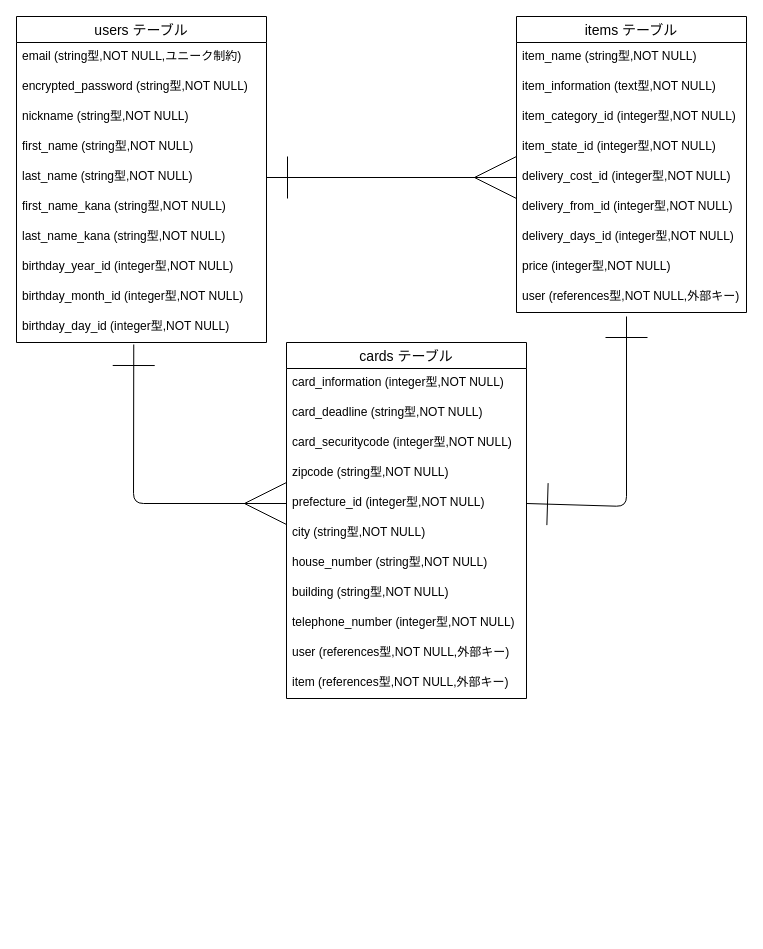
Before: furima_ER.dio in gessodog/furima-41760, a draw.io diagram. Source tidied: cells renumbered, new cells numbered last; positions are measured from the earlier drawing's top-left corner, leaving out a move shared by most shapes. Both pictures are drawn from the tidied source at 100%, with x=0, y=0 at pixel (16, 16).
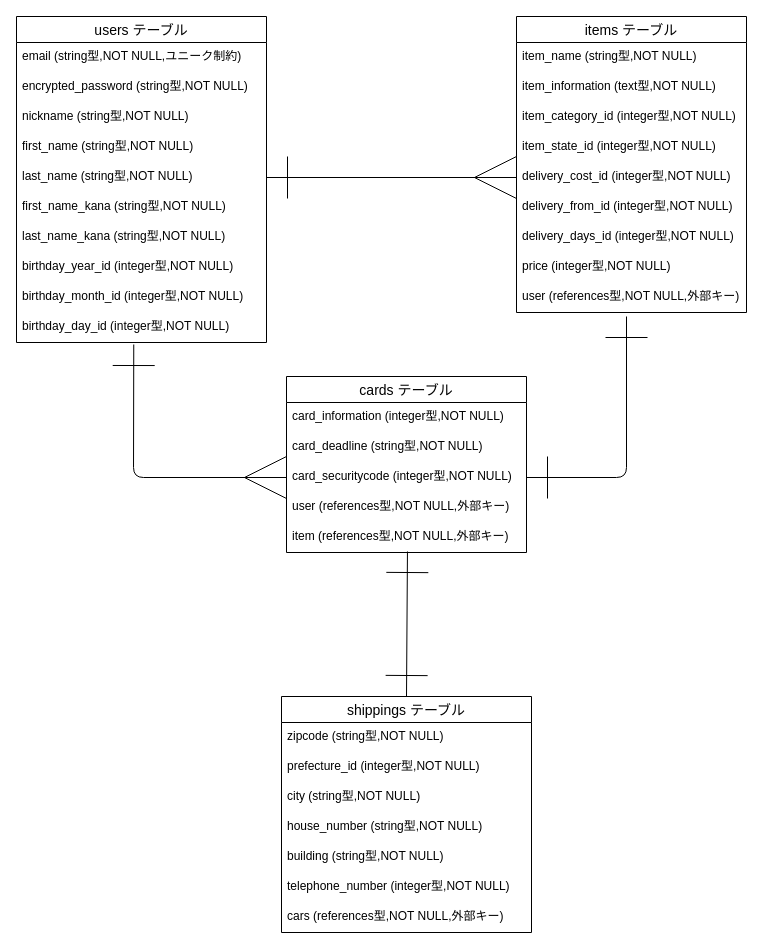
Above is the later version.

Commit message (it also covers changes not shown here):
birthdayカラムの修正

The change refers to these unchanged cells:
```xml
<mxCell id="7" value="last_name (string型,NOT NULL)" style="text;strokeColor=none;fillColor=none;spacingLeft=4;spacingRight=4;overflow=hidden;points=[[0,0.5],[1,0.5]];portConstraint=eastwest;fontSize=12;" parent="2" vertex="1">
  <mxGeometry y="146" width="250" height="30" as="geometry" />
</mxCell>
<mxCell id="12" value="birthday_day_id (integer型,NOT NULL)" style="text;strokeColor=none;fillColor=none;spacingLeft=4;spacingRight=4;overflow=hidden;points=[[0,0.5],[1,0.5]];portConstraint=eastwest;fontSize=12;" parent="2" vertex="1">
  <mxGeometry y="296" width="250" height="30" as="geometry" />
</mxCell>
<mxCell id="18" value="delivery_cost_id (integer型,NOT NULL)" style="text;strokeColor=none;fillColor=none;spacingLeft=4;spacingRight=4;overflow=hidden;points=[[0,0.5],[1,0.5]];portConstraint=eastwest;fontSize=12;" parent="13" vertex="1">
  <mxGeometry y="146" width="230" height="30" as="geometry" />
</mxCell>
<mxCell id="26" value="card_securitycode (integer型,NOT NULL)" style="text;strokeColor=none;fillColor=none;spacingLeft=4;spacingRight=4;overflow=hidden;points=[[0,0.5],[1,0.5]];portConstraint=eastwest;fontSize=12;" parent="23" vertex="1">
  <mxGeometry y="86" width="240" height="30" as="geometry" />
</mxCell>
```

Diff of the diagram source:
```diff
@@
     <mxCell id="23" value="cards テーブル" style="swimlane;fontStyle=0;horizontal=1;startSize=26;align=center;fontSize=14;" parent="1" vertex="1">
-      <mxGeometry x="270" y="326" width="240" height="356" as="geometry" />
+      <mxGeometry x="270" y="360" width="240" height="176" as="geometry" />
     </mxCell>
@@
+    <mxCell id="33" value="user (references型,NOT NULL,外部キー)" style="text;strokeColor=none;fillColor=none;spacingLeft=4;spacingRight=4;overflow=hidden;fontSize=12;" parent="23" vertex="1">
+      <mxGeometry y="116" width="240" height="30" as="geometry" />
+    </mxCell>
+    <mxCell id="34" value="item (references型,NOT NULL,外部キー)" style="text;strokeColor=none;fillColor=none;spacingLeft=4;spacingRight=4;overflow=hidden;points=[[0,0.5],[1,0.5]];portConstraint=eastwest;fontSize=12;" parent="23" vertex="1">
+      <mxGeometry y="146" width="240" height="30" as="geometry" />
+    </mxCell>
+    <mxCell id="35" style="edgeStyle=none;html=1;exitX=1;exitY=0.5;exitDx=0;exitDy=0;entryX=0;entryY=0.5;entryDx=0;entryDy=0;startArrow=ERone;startFill=0;targetPerimeterSpacing=0;endSize=40;endArrow=ERmany;endFill=0;startSize=40;" parent="1" edge="1" source="7" target="18">
+      <mxGeometry relative="1" as="geometry" />
+    </mxCell>
+    <mxCell id="36" style="edgeStyle=none;html=1;exitX=1;exitY=0.5;exitDx=0;exitDy=0;startArrow=ERone;startFill=0;endArrow=ERone;endFill=0;endSize=40;startSize=40;" parent="1" edge="1" source="26">
+      <mxGeometry relative="1" as="geometry">
+        <mxPoint x="610" y="300" as="targetPoint" />
+        <Array as="points">
+          <mxPoint x="610" y="461" />
+        </Array>
+      </mxGeometry>
+    </mxCell>
+    <mxCell id="37" style="edgeStyle=none;html=1;exitX=0;exitY=0.5;exitDx=0;exitDy=0;entryX=0.469;entryY=1.067;entryDx=0;entryDy=0;entryPerimeter=0;startArrow=ERmany;startFill=0;endArrow=ERone;endFill=0;endSize=40;startSize=40;" parent="1" edge="1" source="26" target="12">
+      <mxGeometry relative="1" as="geometry">
+        <Array as="points">
+          <mxPoint x="117" y="461" />
+        </Array>
+      </mxGeometry>
+    </mxCell>
+    <mxCell id="38" style="edgeStyle=none;html=1;exitX=0.5;exitY=0;exitDx=0;exitDy=0;entryX=0.504;entryY=0.967;entryDx=0;entryDy=0;entryPerimeter=0;startArrow=ERone;startFill=0;endArrow=ERone;endFill=0;startSize=40;endSize=40;targetPerimeterSpacing=0;" parent="1" edge="1" source="39" target="34">
+      <mxGeometry relative="1" as="geometry" />
+    </mxCell>
+    <mxCell id="39" value="shippings テーブル" style="swimlane;fontStyle=0;horizontal=1;startSize=26;align=center;fontSize=14;" parent="1" vertex="1">
+      <mxGeometry x="265" y="680" width="250" height="236" as="geometry" />
+    </mxCell>
-    <mxCell id="27" value="zipcode (string型,NOT NULL)" style="text;strokeColor=none;fillColor=none;spacingLeft=4;spacingRight=4;overflow=hidden;fontSize=12;" parent="23" vertex="1">
-      <mxGeometry y="116" width="240" height="30" as="geometry" />
+    <mxCell id="27" value="zipcode (string型,NOT NULL)" style="text;strokeColor=none;fillColor=none;spacingLeft=4;spacingRight=4;overflow=hidden;fontSize=12;" parent="39" vertex="1">
+      <mxGeometry y="26" width="250" height="30" as="geometry" />
     </mxCell>
-    <mxCell id="28" value="prefecture_id (integer型,NOT NULL)" style="text;strokeColor=none;fillColor=none;spacingLeft=4;spacingRight=4;overflow=hidden;points=[[0,0.5],[1,0.5]];portConstraint=eastwest;fontSize=12;" parent="23" vertex="1">
-      <mxGeometry y="146" width="240" height="30" as="geometry" />
+    <mxCell id="28" value="prefecture_id (integer型,NOT NULL)" style="text;strokeColor=none;fillColor=none;spacingLeft=4;spacingRight=4;overflow=hidden;points=[[0,0.5],[1,0.5]];portConstraint=eastwest;fontSize=12;" parent="39" vertex="1">
+      <mxGeometry y="56" width="250" height="30" as="geometry" />
     </mxCell>
-    <mxCell id="29" value="city (string型,NOT NULL)" style="text;strokeColor=none;fillColor=none;spacingLeft=4;spacingRight=4;overflow=hidden;fontSize=12;" parent="23" vertex="1">
-      <mxGeometry y="176" width="240" height="30" as="geometry" />
+    <mxCell id="29" value="city (string型,NOT NULL)" style="text;strokeColor=none;fillColor=none;spacingLeft=4;spacingRight=4;overflow=hidden;fontSize=12;" parent="39" vertex="1">
+      <mxGeometry y="86" width="250" height="30" as="geometry" />
     </mxCell>
-    <mxCell id="30" value="house_number (string型,NOT NULL)" style="text;strokeColor=none;fillColor=none;spacingLeft=4;spacingRight=4;overflow=hidden;fontSize=12;" parent="23" vertex="1">
-      <mxGeometry y="206" width="240" height="30" as="geometry" />
+    <mxCell id="30" value="house_number (string型,NOT NULL)" style="text;strokeColor=none;fillColor=none;spacingLeft=4;spacingRight=4;overflow=hidden;fontSize=12;" parent="39" vertex="1">
+      <mxGeometry y="116" width="250" height="30" as="geometry" />
     </mxCell>
-    <mxCell id="31" value="building (string型,NOT NULL)" style="text;strokeColor=none;fillColor=none;spacingLeft=4;spacingRight=4;overflow=hidden;fontSize=12;" parent="23" vertex="1">
-      <mxGeometry y="236" width="240" height="30" as="geometry" />
+    <mxCell id="31" value="building (string型,NOT NULL)" style="text;strokeColor=none;fillColor=none;spacingLeft=4;spacingRight=4;overflow=hidden;fontSize=12;" parent="39" vertex="1">
+      <mxGeometry y="146" width="250" height="30" as="geometry" />
     </mxCell>
-    <mxCell id="32" value="telephone_number (integer型,NOT NULL)" style="text;strokeColor=none;fillColor=none;spacingLeft=4;spacingRight=4;overflow=hidden;fontSize=12;" parent="23" vertex="1">
-      <mxGeometry y="266" width="240" height="30" as="geometry" />
+    <mxCell id="32" value="telephone_number (integer型,NOT NULL)" style="text;strokeColor=none;fillColor=none;spacingLeft=4;spacingRight=4;overflow=hidden;fontSize=12;" parent="39" vertex="1">
+      <mxGeometry y="176" width="250" height="30" as="geometry" />
     </mxCell>
-    <mxCell id="33" value="user (references型,NOT NULL,外部キー)" style="text;strokeColor=none;fillColor=none;spacingLeft=4;spacingRight=4;overflow=hidden;fontSize=12;" parent="23" vertex="1">
-      <mxGeometry y="296" width="240" height="30" as="geometry" />
-    </mxCell>
-    <mxCell id="34" value="item (references型,NOT NULL,外部キー)" style="text;strokeColor=none;fillColor=none;spacingLeft=4;spacingRight=4;overflow=hidden;points=[[0,0.5],[1,0.5]];portConstraint=eastwest;fontSize=12;" parent="23" vertex="1">
-      <mxGeometry y="326" width="240" height="30" as="geometry" />
-    </mxCell>
-    <mxCell id="35" style="edgeStyle=none;html=1;exitX=1;exitY=0.5;exitDx=0;exitDy=0;entryX=0;entryY=0.5;entryDx=0;entryDy=0;startArrow=ERone;startFill=0;targetPerimeterSpacing=0;endSize=40;endArrow=ERmany;endFill=0;startSize=40;" parent="1" edge="1" source="7" target="18">
-      <mxGeometry relative="1" as="geometry" />
-    </mxCell>
-    <mxCell id="36" style="edgeStyle=none;html=1;exitX=1;exitY=0.5;exitDx=0;exitDy=0;startArrow=ERone;startFill=0;endArrow=ERone;endFill=0;endSize=40;startSize=40;" parent="1" edge="1" source="28">
-      <mxGeometry relative="1" as="geometry">
-        <mxPoint x="610" y="300" as="targetPoint" />
-        <Array as="points">
-          <mxPoint x="610" y="490" />
-        </Array>
-      </mxGeometry>
-    </mxCell>
-    <mxCell id="37" style="edgeStyle=none;html=1;exitX=0;exitY=0.5;exitDx=0;exitDy=0;entryX=0.469;entryY=1.067;entryDx=0;entryDy=0;entryPerimeter=0;startArrow=ERmany;startFill=0;endArrow=ERone;endFill=0;endSize=40;startSize=40;" parent="1" edge="1" source="28" target="12">
-      <mxGeometry relative="1" as="geometry">
-        <Array as="points">
-          <mxPoint x="117" y="487" />
-        </Array>
-      </mxGeometry>
-    </mxCell>
+    <mxCell id="40" value="cars (references型,NOT NULL,外部キー)" style="text;strokeColor=none;fillColor=none;spacingLeft=4;spacingRight=4;overflow=hidden;fontSize=12;" parent="39" vertex="1">
+      <mxGeometry y="206" width="250" height="30" as="geometry" />
+    </mxCell>
```
